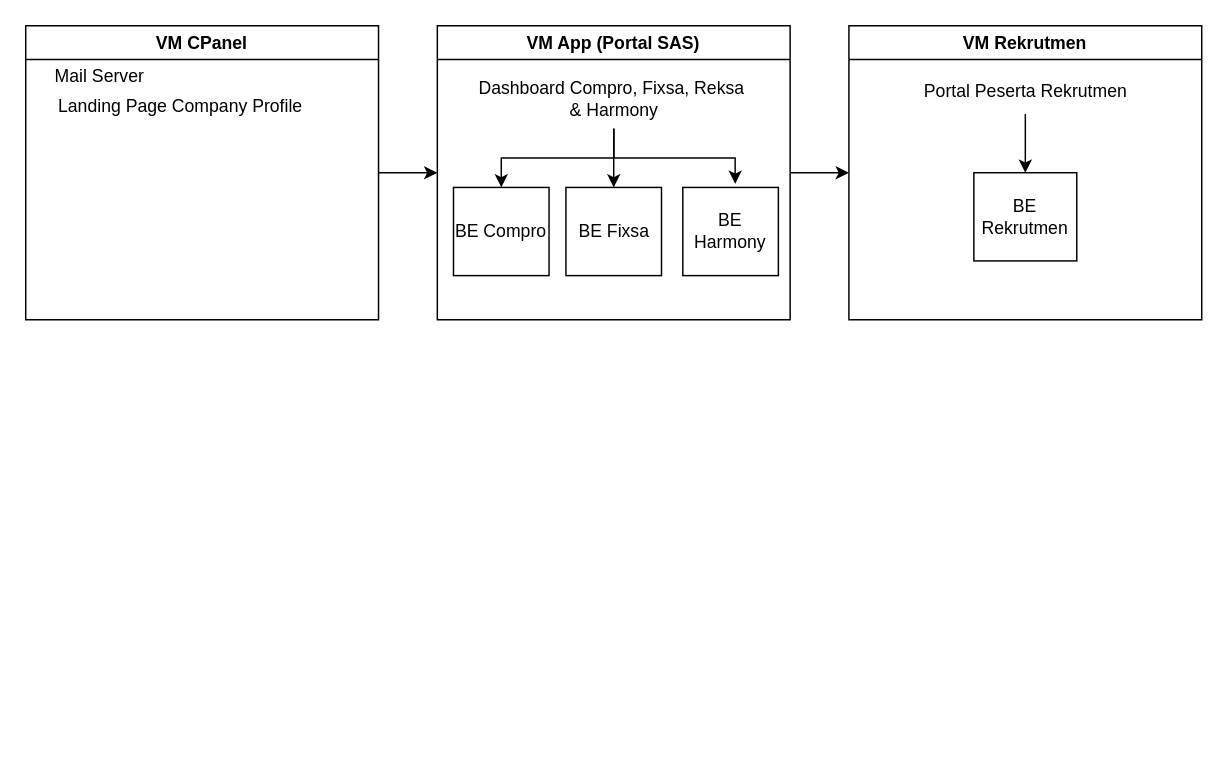
Above: PortalSAS.drawio in Tintapen/diagram (draw.io), before the change. Source tidied: cells renumbered, new cells numbered last; positions are measured from the earlier drawing's top-left corner, leaving out a move shared by most shapes. Both pictures are drawn from the tidied source at 147%, with x=0, y=0 at pixel (25, 25).
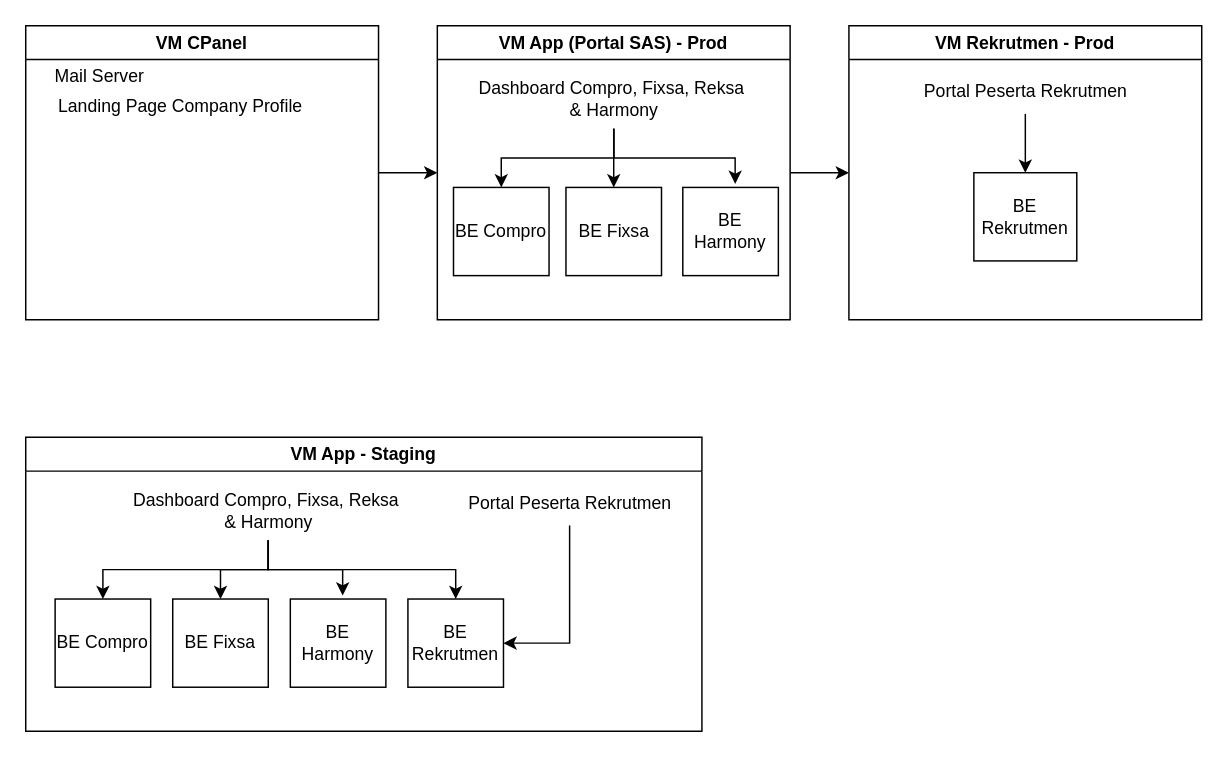
After the change.

Change to the diagram source:
```diff
@@
-    <mxCell id="7" value="VM App (Portal SAS)" style="swimlane;whiteSpace=wrap;html=1;" parent="1" vertex="1">
+    <mxCell id="7" value="VM App (Portal SAS) - Prod" style="swimlane;whiteSpace=wrap;html=1;" parent="1" vertex="1">
       <mxGeometry x="280" width="240" height="200" as="geometry" />
     </mxCell>
@@
-    <mxCell id="15" value="VM Rekrutmen" style="swimlane;whiteSpace=wrap;html=1;" parent="1" vertex="1">
+    <mxCell id="15" value="VM Rekrutmen - Prod" style="swimlane;whiteSpace=wrap;html=1;" parent="1" vertex="1">
       <mxGeometry x="560" width="240" height="200" as="geometry" />
     </mxCell>
@@
+    <mxCell id="19" value="VM App - Staging" style="swimlane;whiteSpace=wrap;html=1;" parent="1" vertex="1">
+      <mxGeometry y="280" width="460" height="200" as="geometry" />
+    </mxCell>
+    <mxCell id="20" style="edgeStyle=orthogonalEdgeStyle;rounded=0;jettySize=auto;html=1;" parent="19" edge="1" source="23" target="25">
+      <mxGeometry relative="1" as="geometry" />
+    </mxCell>
+    <mxCell id="21" style="edgeStyle=orthogonalEdgeStyle;rounded=0;jettySize=auto;html=1;entryX=0.5;entryY=0;entryDx=0;entryDy=0;" parent="19" edge="1" source="23" target="24">
+      <mxGeometry relative="1" as="geometry" />
+    </mxCell>
+    <mxCell id="22" style="edgeStyle=orthogonalEdgeStyle;rounded=0;jettySize=auto;html=1;entryX=0.5;entryY=0;entryDx=0;entryDy=0;" parent="19" edge="1" source="23" target="28">
+      <mxGeometry relative="1" as="geometry" />
+    </mxCell>
+    <mxCell id="23" value="Dashboard Compro, Fixsa, Reksa&amp;nbsp;&lt;div&gt;&amp;amp; Harmony&lt;/div&gt;" style="text;html=1;align=center;verticalAlign=middle;points=[];strokeColor=none;fillColor=none;" parent="19" vertex="1">
+      <mxGeometry x="60" y="30" width="210" height="40" as="geometry" />
+    </mxCell>
+    <mxCell id="24" value="BE Compro" style="whiteSpace=wrap;html=1;" parent="19" vertex="1">
+      <mxGeometry x="20" y="110" width="65" height="60" as="geometry" />
+    </mxCell>
+    <mxCell id="25" value="BE Fixsa" style="whiteSpace=wrap;html=1;" parent="19" vertex="1">
+      <mxGeometry x="100" y="110" width="65" height="60" as="geometry" />
+    </mxCell>
+    <mxCell id="26" value="BE Harmony" style="whiteSpace=wrap;html=1;" parent="19" vertex="1">
+      <mxGeometry x="180" y="110" width="65" height="60" as="geometry" />
+    </mxCell>
+    <mxCell id="27" style="edgeStyle=orthogonalEdgeStyle;rounded=0;jettySize=auto;html=1;entryX=0.548;entryY=-0.04;entryDx=0;entryDy=0;entryPerimeter=0;" parent="19" edge="1" source="23" target="26">
+      <mxGeometry relative="1" as="geometry" />
+    </mxCell>
+    <mxCell id="28" value="BE Rekrutmen" style="whiteSpace=wrap;html=1;" parent="19" vertex="1">
+      <mxGeometry x="260" y="110" width="65" height="60" as="geometry" />
+    </mxCell>
+    <mxCell id="29" style="edgeStyle=orthogonalEdgeStyle;rounded=0;jettySize=auto;html=1;entryX=1;entryY=0.5;entryDx=0;entryDy=0;" parent="19" edge="1" source="30" target="28">
+      <mxGeometry relative="1" as="geometry" />
+    </mxCell>
+    <mxCell id="30" value="Portal Peserta Rekrutmen" style="text;html=1;align=center;verticalAlign=middle;points=[];strokeColor=none;fillColor=none;" parent="19" vertex="1">
+      <mxGeometry x="290" y="30" width="160" height="30" as="geometry" />
+    </mxCell>
```
